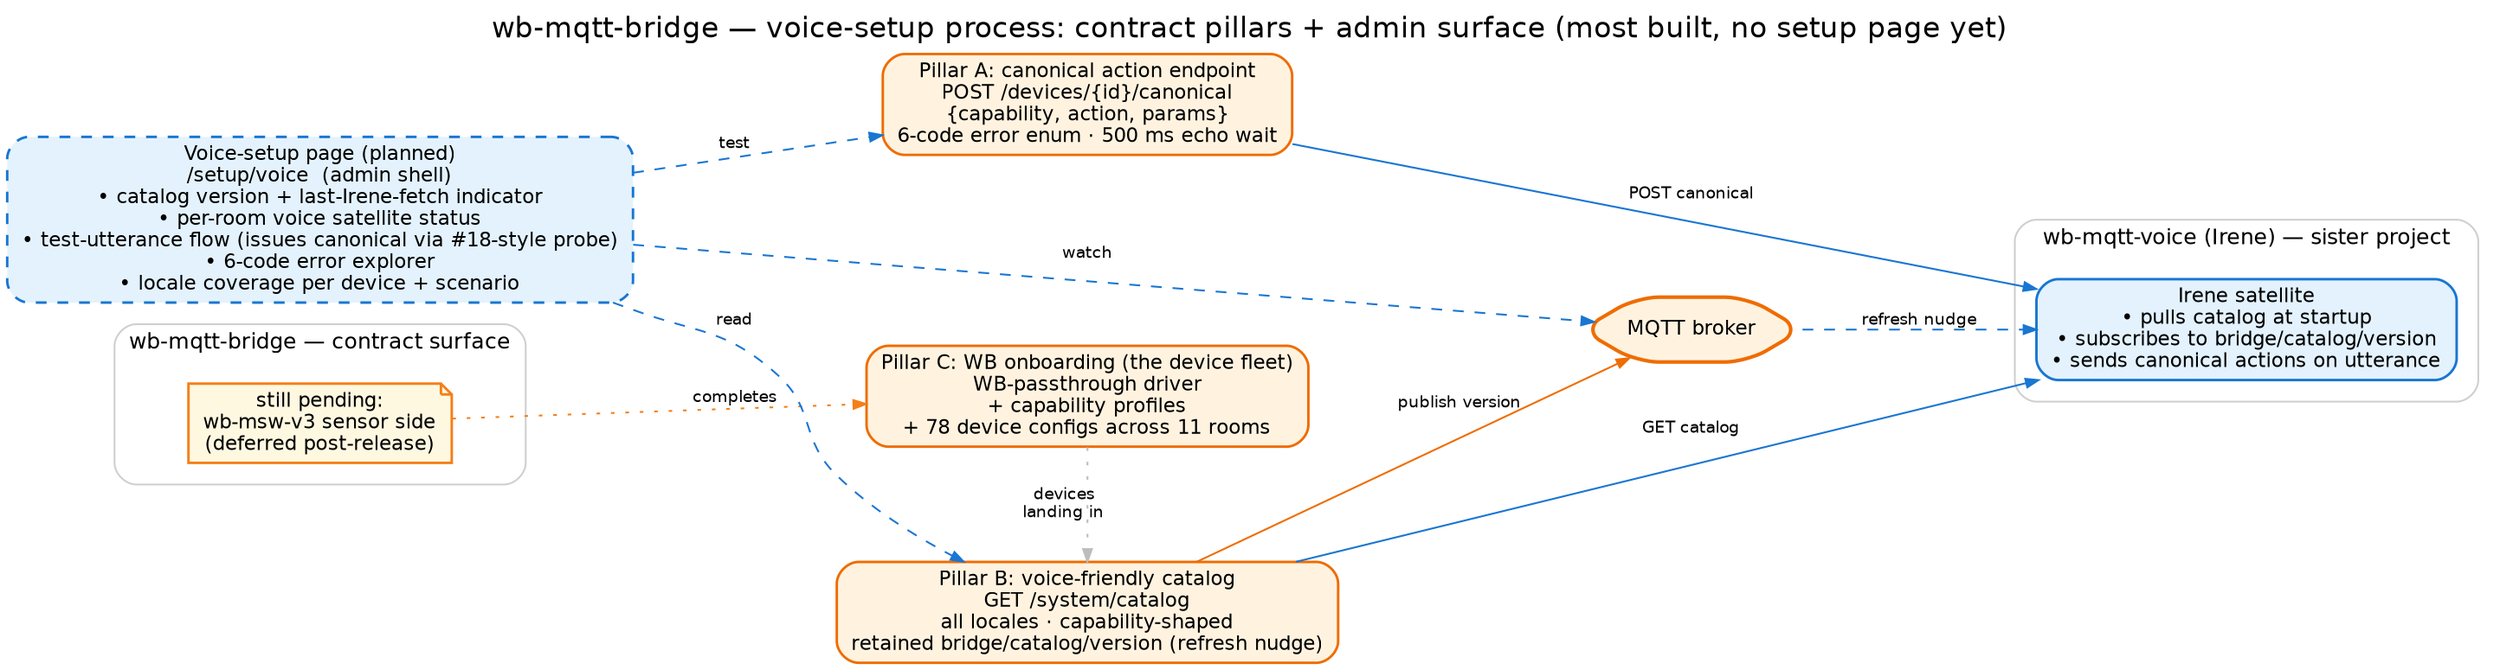
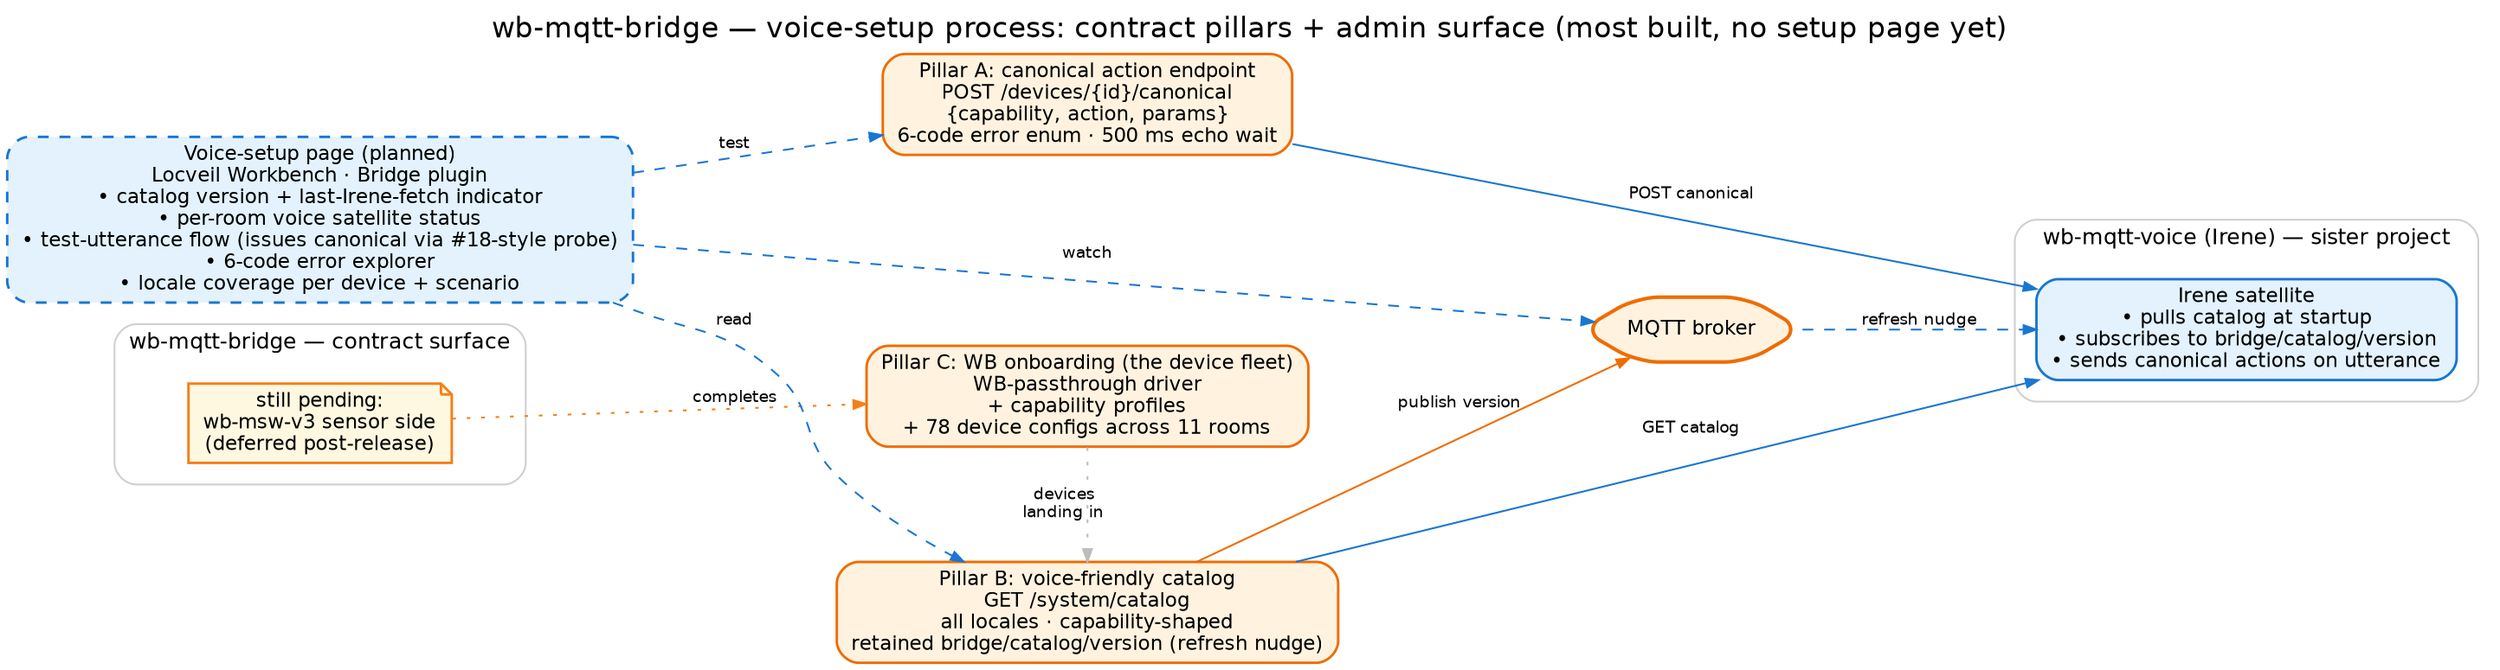
// wb-mqtt-bridge — planned voice-setup process. Render:
//   dot -Tpng docs/images/voice-setup.dot -o docs/images/voice-setup.png
// Palette: see hexagon.dot header.
digraph voice_setup {
  rankdir=LR;
  bgcolor="white";
  splines=spline;
  nodesep=0.45; ranksep=0.9;
  fontname="Helvetica"; labelloc=t; fontsize=16;
  label="wb-mqtt-bridge — voice-setup process: contract pillars + admin surface (most built, no setup page yet)";

  node [fontname="Helvetica", fontsize=11, shape=box, style="filled,rounded", penwidth=1.4];
  edge [fontname="Helvetica", fontsize=9, color="#9e9e9e", arrowsize=0.7];

  // --- contract pillars (bridge side) ---
  subgraph cluster_bridge {
    label="wb-mqtt-bridge — contract surface"; fontsize=12; color="#cfcfcf"; style=rounded; margin=12;

    pill_a [label="Pillar A: canonical action endpoint\nPOST /devices/{id}/canonical\n{capability, action, params}\n6-code error enum · 500 ms echo wait",
            fillcolor="#fff3e0", color="#ef6c00"];
    pill_b [label="Pillar B: voice-friendly catalog\nGET /system/catalog\nall locales · capability-shaped\nretained bridge/catalog/version (refresh nudge)",
            fillcolor="#fff3e0", color="#ef6c00"];
    pill_c [label="Pillar C: WB onboarding (the device fleet)\nWB-passthrough driver\n+ capability profiles\n+ 78 device configs across 11 rooms",
            fillcolor="#fff3e0", color="#ef6c00"];
    pending [shape=note, fillcolor="#fff8e1", color="#f57f17",
             label="still pending:\nwb-msw-v3 sensor side\n(deferred post-release)"];
  }

  // --- the Irene side (sister project, shown for context) ---
  subgraph cluster_irene {
    label="wb-mqtt-voice (Irene) — sister project"; fontsize=12; color="#cfcfcf"; style=rounded; margin=12;
    irene [label="Irene satellite\n• pulls catalog at startup\n• subscribes to bridge/catalog/version\n• sends canonical actions on utterance",
           fillcolor="#e3f2fd", color="#1976d2"];
  }

  // --- the planned setup page ---
-   page [label="Voice-setup page (planned)\n/setup/voice  (admin shell)\n• catalog version + last-Irene-fetch indicator\n• per-room voice satellite status\n• test-utterance flow (issues canonical via #18-style probe)\n• 6-code error explorer\n• locale coverage per device + scenario",
+   page [label="Voice-setup page (planned)\nLocveil Workbench · Bridge plugin\n• catalog version + last-Irene-fetch indicator\n• per-room voice satellite status\n• test-utterance flow (issues canonical via #18-style probe)\n• 6-code error explorer\n• locale coverage per device + scenario",
        fillcolor="#e3f2fd", color="#1976d2", width=4.8, style="filled,rounded,dashed"];

  // --- broker between bridge and Irene ---
  broker [label="MQTT broker",
          fillcolor="#fff3e0", color="#ef6c00", shape=hexagon, penwidth=2];

  // edges
  pill_a -> irene [label="POST canonical", color="#1976d2"];
  pill_b -> irene [label="GET catalog", color="#1976d2"];
  pill_b -> broker [label="publish version", color="#ef6c00"];
  broker -> irene  [label="refresh nudge", style=dashed, color="#1976d2"];
  pill_c -> pill_b [style=dotted, color="#bdbdbd", label="devices\nlanding in"];
  pending -> pill_c [style=dotted, color="#f57f17", label="completes"];

  // setup page consumes both sides
  page -> pill_b [style=dashed, color="#1976d2", label="read"];
  page -> pill_a [style=dashed, color="#1976d2", label="test"];
  page -> broker [style=dashed, color="#1976d2", label="watch"];

  {rank=same; pill_a; pill_b; pill_c}
}
